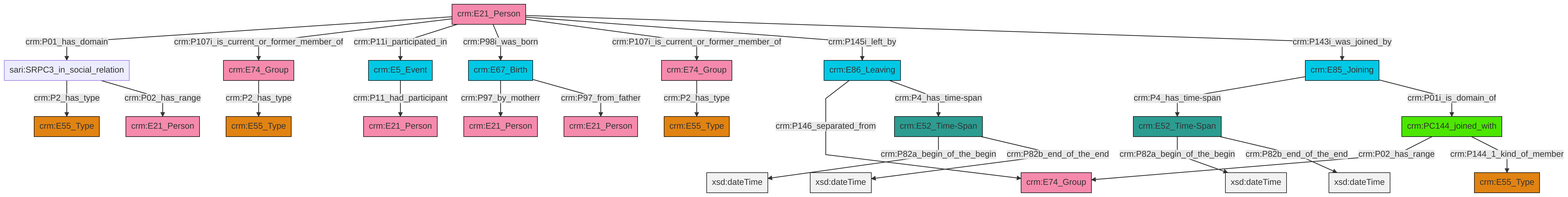
This is et/personCSV/ttl/mmd/png/Person_Actor_Relations.png from swiss-art-research-net/docs.swissartresearch, a Mermaid export, as it was before one commit. Its source is kept beside it as et/personCSV/ttl/mmd/Person_Actor_Relations.ttl.mmd.
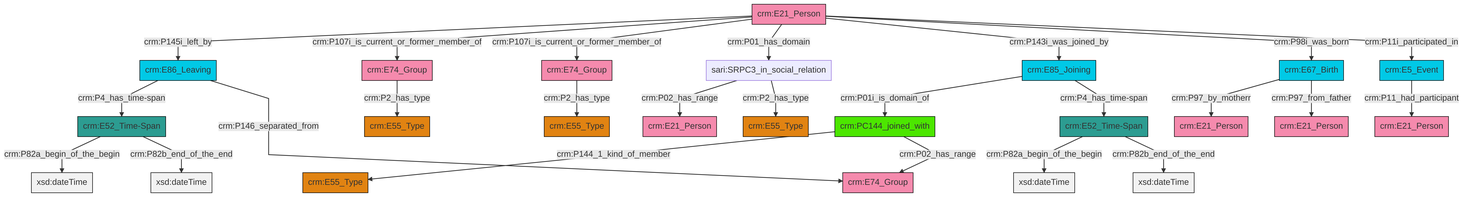
The same diagram one commit later.

The edit, as a diff of the source:
```diff
@@ -13,27 +13,27 @@
 classDef PC_Classes fill:#4ce600, stroke:#000000;
 classDef Multi fill:#cccccc,stroke:#000000;
 
-2["crm:E74_Group"]:::Actor -->|crm:P2_has_type| 6["crm:E55_Type"]:::Type
-7["crm:E21_Person"]:::Actor -->|crm:P01_has_domain| 8["sari:SRPC3_in_social_relation"]:::Default
-9["crm:E86_Leaving"]:::Temporal_Entity -->|crm:P146_separated_from| 0["crm:E74_Group"]:::Actor
-12["crm:E52_Time-Span"]:::Time-Span -->|crm:P82a_begin_of_the_begin| 13[xsd:dateTime]:::Literal
-12["crm:E52_Time-Span"]:::Time-Span -->|crm:P82b_end_of_the_end| 14[xsd:dateTime]:::Literal
-9["crm:E86_Leaving"]:::Temporal_Entity -->|crm:P4_has_time-span| 12["crm:E52_Time-Span"]:::Time-Span
-7["crm:E21_Person"]:::Actor -->|crm:P107i_is_current_or_former_member_of| 19["crm:E74_Group"]:::Actor
-7["crm:E21_Person"]:::Actor -->|crm:P11i_participated_in| 20["crm:E5_Event"]:::Temporal_Entity
-7["crm:E21_Person"]:::Actor -->|crm:P98i_was_born| 22["crm:E67_Birth"]:::Temporal_Entity
-8["sari:SRPC3_in_social_relation"]:::Default -->|crm:P2_has_type| 24["crm:E55_Type"]:::Type
-10["crm:E52_Time-Span"]:::Time-Span -->|crm:P82a_begin_of_the_begin| 25[xsd:dateTime]:::Literal
-7["crm:E21_Person"]:::Actor -->|crm:P107i_is_current_or_former_member_of| 2["crm:E74_Group"]:::Actor
-7["crm:E21_Person"]:::Actor -->|crm:P145i_left_by| 9["crm:E86_Leaving"]:::Temporal_Entity
-22["crm:E67_Birth"]:::Temporal_Entity -->|crm:P97_by_motherr| 26["crm:E21_Person"]:::Actor
-20["crm:E5_Event"]:::Temporal_Entity -->|crm:P11_had_participant| 33["crm:E21_Person"]:::Actor
-4["crm:PC144_joined_with"]:::PC_Classes -->|crm:P02_has_range| 0["crm:E74_Group"]:::Actor
-10["crm:E52_Time-Span"]:::Time-Span -->|crm:P82b_end_of_the_end| 39[xsd:dateTime]:::Literal
-40["crm:E85_Joining"]:::Temporal_Entity -->|crm:P4_has_time-span| 10["crm:E52_Time-Span"]:::Time-Span
-40["crm:E85_Joining"]:::Temporal_Entity -->|crm:P01i_is_domain_of| 4["crm:PC144_joined_with"]:::PC_Classes
-7["crm:E21_Person"]:::Actor -->|crm:P143i_was_joined_by| 40["crm:E85_Joining"]:::Temporal_Entity
-19["crm:E74_Group"]:::Actor -->|crm:P2_has_type| 35["crm:E55_Type"]:::Type
-4["crm:PC144_joined_with"]:::PC_Classes -->|crm:P144_1_kind_of_member| 15["crm:E55_Type"]:::Type
-22["crm:E67_Birth"]:::Temporal_Entity -->|crm:P97_from_father| 17["crm:E21_Person"]:::Actor
-8["sari:SRPC3_in_social_relation"]:::Default -->|crm:P02_has_range| 28["crm:E21_Person"]:::Actor
+4["crm:E52_Time-Span"]:::Time-Span -->|crm:P82a_begin_of_the_begin| 5[xsd:dateTime]:::Literal
+6["crm:E86_Leaving"]:::Temporal_Entity -->|crm:P4_has_time-span| 7["crm:E52_Time-Span"]:::Time-Span
+2["crm:E21_Person"]:::Actor -->|crm:P145i_left_by| 6["crm:E86_Leaving"]:::Temporal_Entity
+8["crm:PC144_joined_with"]:::PC_Classes -->|crm:P144_1_kind_of_member| 9["crm:E55_Type"]:::Type
+18["crm:E5_Event"]:::Temporal_Entity -->|crm:P11_had_participant| 19["crm:E21_Person"]:::Actor
+14["crm:E85_Joining"]:::Temporal_Entity -->|crm:P01i_is_domain_of| 8["crm:PC144_joined_with"]:::PC_Classes
+8["crm:PC144_joined_with"]:::PC_Classes -->|crm:P02_has_range| 25["crm:E74_Group"]:::Actor
+2["crm:E21_Person"]:::Actor -->|crm:P107i_is_current_or_former_member_of| 26["crm:E74_Group"]:::Actor
+2["crm:E21_Person"]:::Actor -->|crm:P107i_is_current_or_former_member_of| 0["crm:E74_Group"]:::Actor
+7["crm:E52_Time-Span"]:::Time-Span -->|crm:P82a_begin_of_the_begin| 35[xsd:dateTime]:::Literal
+7["crm:E52_Time-Span"]:::Time-Span -->|crm:P82b_end_of_the_end| 37[xsd:dateTime]:::Literal
+14["crm:E85_Joining"]:::Temporal_Entity -->|crm:P4_has_time-span| 4["crm:E52_Time-Span"]:::Time-Span
+16["crm:E67_Birth"]:::Temporal_Entity -->|crm:P97_by_motherr| 11["crm:E21_Person"]:::Actor
+16["crm:E67_Birth"]:::Temporal_Entity -->|crm:P97_from_father| 20["crm:E21_Person"]:::Actor
+26["crm:E74_Group"]:::Actor -->|crm:P2_has_type| 22["crm:E55_Type"]:::Type
+0["crm:E74_Group"]:::Actor -->|crm:P2_has_type| 32["crm:E55_Type"]:::Type
+43["sari:SRPC3_in_social_relation"]:::Default -->|crm:P02_has_range| 40["crm:E21_Person"]:::Actor
+2["crm:E21_Person"]:::Actor -->|crm:P01_has_domain| 43["sari:SRPC3_in_social_relation"]:::Default
+43["sari:SRPC3_in_social_relation"]:::Default -->|crm:P2_has_type| 38["crm:E55_Type"]:::Type
+4["crm:E52_Time-Span"]:::Time-Span -->|crm:P82b_end_of_the_end| 44[xsd:dateTime]:::Literal
+2["crm:E21_Person"]:::Actor -->|crm:P143i_was_joined_by| 14["crm:E85_Joining"]:::Temporal_Entity
+2["crm:E21_Person"]:::Actor -->|crm:P98i_was_born| 16["crm:E67_Birth"]:::Temporal_Entity
+2["crm:E21_Person"]:::Actor -->|crm:P11i_participated_in| 18["crm:E5_Event"]:::Temporal_Entity
+6["crm:E86_Leaving"]:::Temporal_Entity -->|crm:P146_separated_from| 25["crm:E74_Group"]:::Actor
```
